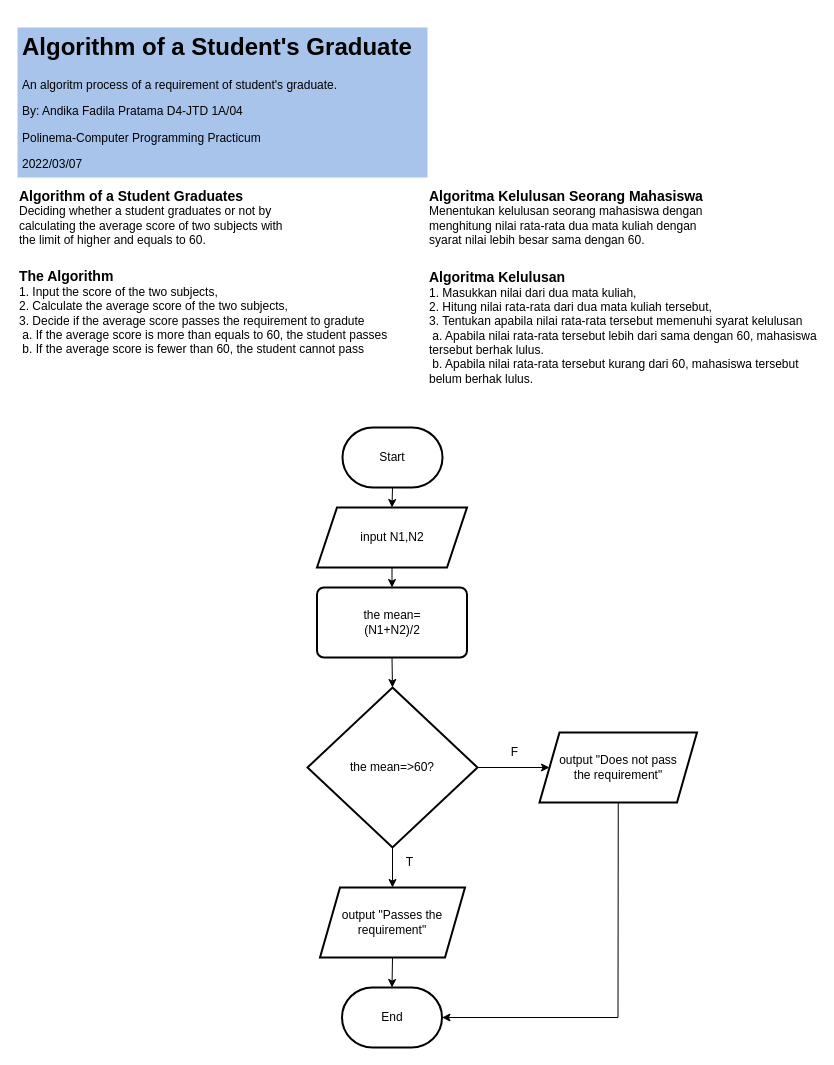
Above: Algorithm of a Student's Graduate.drawio in troders34/troders34 (draw.io), before the change. Source tidied: cells renumbered, new cells numbered last; positions are measured from the earlier drawing's top-left corner, leaving out a move shared by most shapes. Both pictures are drawn from the tidied source at 100%, with x=0, y=0 at pixel (17, 27).
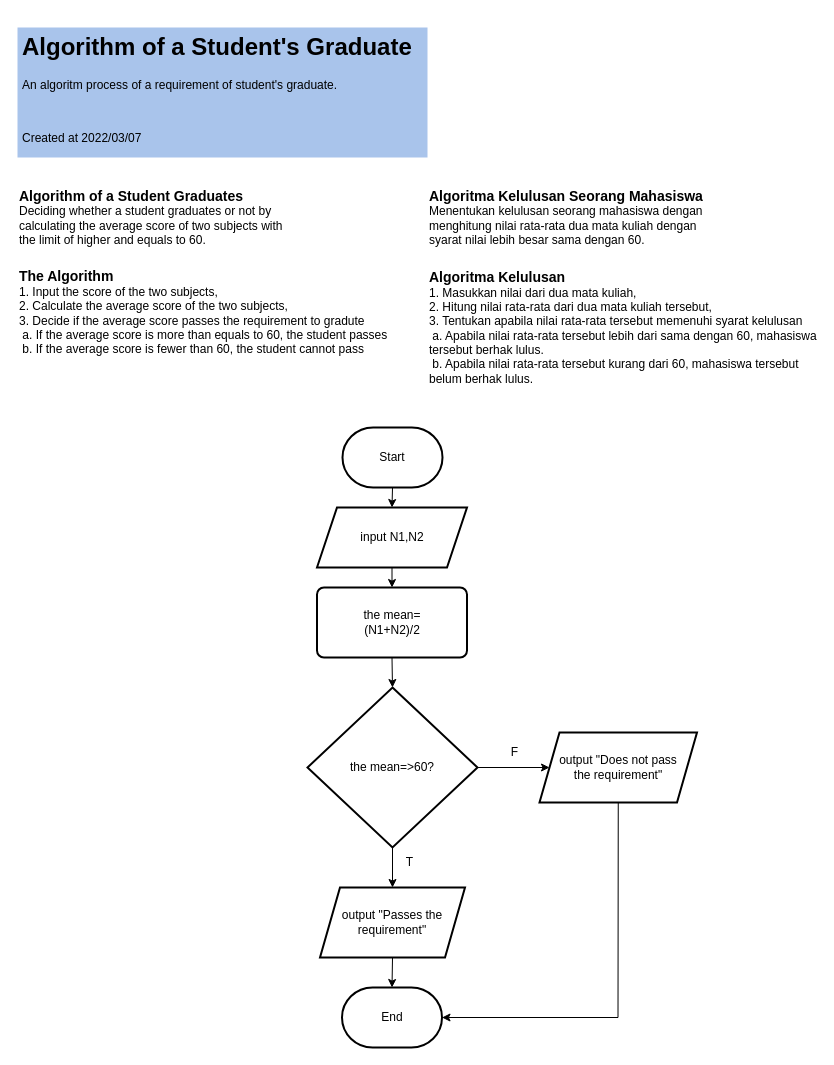
Above is the later version.

Change to the diagram source:
```diff
@@
-    <mxCell id="29" value="&lt;p style=&quot;line-height: 0.5&quot;&gt;&lt;/p&gt;&lt;h1&gt;Algorithm of a Student's Graduate&lt;br&gt;&lt;/h1&gt;&lt;p&gt;An algoritm process of a requirement of student's graduate. &lt;br&gt;&lt;/p&gt;&lt;p&gt;By: Andika Fadila Pratama D4-JTD 1A/04&lt;/p&gt;&lt;p&gt;Polinema-Computer Programming Practicum&lt;/p&gt;&lt;p&gt;2022/03/07&lt;br&gt;&lt;/p&gt;&lt;p&gt;&lt;/p&gt;" style="text;html=1;strokeColor=none;fillColor=#A9C4EB;spacing=5;spacingTop=-20;whiteSpace=wrap;overflow=hidden;rounded=0;fontSize=12;" parent="1" vertex="1">
-      <mxGeometry width="410" height="150" as="geometry" />
+    <mxCell id="29" value="&lt;p style=&quot;line-height: 0.5&quot;&gt;&lt;/p&gt;&lt;h1&gt;Algorithm of a Student's Graduate&lt;br&gt;&lt;/h1&gt;&lt;p&gt;An algoritm process of a requirement of student's graduate. &lt;br&gt;&lt;/p&gt;&lt;br&gt;&lt;p&gt;Created at 2022/03/07&lt;br&gt;&lt;/p&gt;&lt;p&gt;&lt;/p&gt;" style="text;html=1;strokeColor=none;fillColor=#A9C4EB;spacing=5;spacingTop=-20;whiteSpace=wrap;overflow=hidden;rounded=0;fontSize=12;" parent="1" vertex="1">
+      <mxGeometry width="410" height="130" as="geometry" />
     </mxCell>
```
